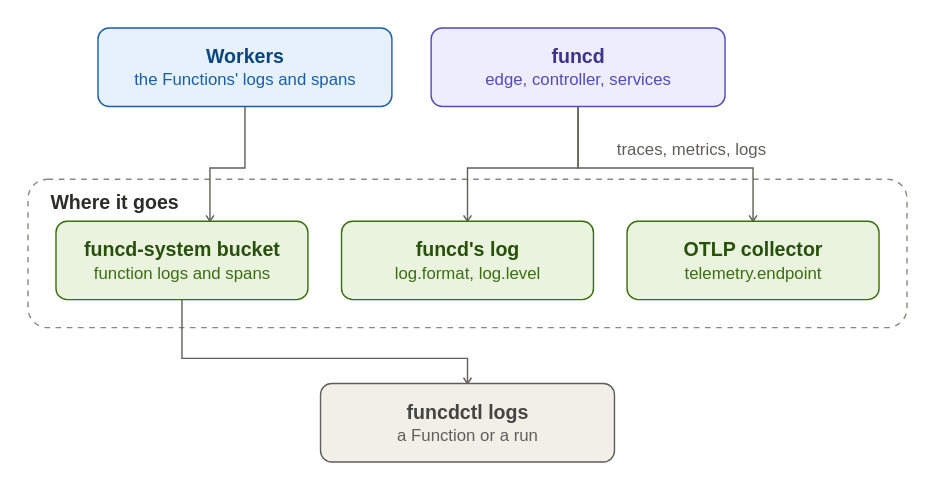
The draw.io diagram docs/guide/assets/observability.drawio.svg in pyvvo/funcd, before a commit. Source tidied: cells renumbered, new cells last; positions are measured from the earlier drawing's top-left corner, leaving out a move shared by most shapes. Source of this version:
```xml
<mxGraphModel>
  <root>
    <mxCell id="0" />
    <mxCell id="1" parent="0" />
    <mxCell id="2" value="&lt;b&gt;Workers&lt;/b&gt;&lt;br&gt;&lt;font style=&quot;font-size:12px&quot; color=&quot;#185FA5&quot;&gt;the Functions&amp;#x27; logs and spans&lt;/font&gt;" style="rounded=1;absoluteArcSize=1;arcSize=16;whiteSpace=wrap;html=1;fillColor=#E6F1FB;strokeColor=#185FA5;fontColor=#0C447C;fontSize=14;" parent="1" vertex="1">
      <mxGeometry x="50" width="210" height="56" as="geometry" />
    </mxCell>
    <mxCell id="3" value="&lt;b&gt;funcd&lt;/b&gt;&lt;br&gt;&lt;font style=&quot;font-size:12px&quot; color=&quot;#534AB7&quot;&gt;edge, controller, services&lt;/font&gt;" style="rounded=1;absoluteArcSize=1;arcSize=16;whiteSpace=wrap;html=1;fillColor=#EEEDFE;strokeColor=#534AB7;fontColor=#3C3489;fontSize=14;" parent="1" vertex="1">
      <mxGeometry x="288" width="210" height="56" as="geometry" />
    </mxCell>
    <mxCell id="4" value="Where it goes" style="rounded=1;absoluteArcSize=1;arcSize=28;dashed=1;fillColor=none;strokeColor=#888780;fontStyle=1;fontSize=14;fontColor=#2C2C2A;align=left;verticalAlign=top;spacingLeft=10;spacingTop=2;html=1;" parent="1" vertex="1">
      <mxGeometry y="108" width="628" height="106" as="geometry" />
    </mxCell>
    <mxCell id="5" value="&lt;b&gt;funcd-system bucket&lt;/b&gt;&lt;br&gt;&lt;font style=&quot;font-size:12px&quot; color=&quot;#3B6D11&quot;&gt;function logs and spans&lt;/font&gt;" style="rounded=1;absoluteArcSize=1;arcSize=16;whiteSpace=wrap;html=1;fillColor=#EAF3DE;strokeColor=#3B6D11;fontColor=#27500A;fontSize=14;" parent="4" vertex="1">
      <mxGeometry x="20" y="30" width="180" height="56" as="geometry" />
    </mxCell>
    <mxCell id="6" value="&lt;b&gt;funcd&amp;#x27;s log&lt;/b&gt;&lt;br&gt;&lt;font style=&quot;font-size:12px&quot; color=&quot;#3B6D11&quot;&gt;log.format, log.level&lt;/font&gt;" style="rounded=1;absoluteArcSize=1;arcSize=16;whiteSpace=wrap;html=1;fillColor=#EAF3DE;strokeColor=#3B6D11;fontColor=#27500A;fontSize=14;" parent="4" vertex="1">
      <mxGeometry x="224" y="30" width="180" height="56" as="geometry" />
    </mxCell>
    <mxCell id="7" value="&lt;b&gt;OTLP collector&lt;/b&gt;&lt;br&gt;&lt;font style=&quot;font-size:12px&quot; color=&quot;#3B6D11&quot;&gt;telemetry.endpoint&lt;/font&gt;" style="rounded=1;absoluteArcSize=1;arcSize=16;whiteSpace=wrap;html=1;fillColor=#EAF3DE;strokeColor=#3B6D11;fontColor=#27500A;fontSize=14;" parent="4" vertex="1">
      <mxGeometry x="428" y="30" width="180" height="56" as="geometry" />
    </mxCell>
    <mxCell id="8" value="&lt;b&gt;funcdctl logs&lt;/b&gt;&lt;br&gt;&lt;font style=&quot;font-size:12px&quot; color=&quot;#5F5E5A&quot;&gt;a Function or a run&lt;/font&gt;" style="rounded=1;absoluteArcSize=1;arcSize=16;whiteSpace=wrap;html=1;fillColor=#F1EFE8;strokeColor=#5F5E5A;fontColor=#444441;fontSize=14;" parent="1" vertex="1">
      <mxGeometry x="209" y="254" width="210" height="56" as="geometry" />
    </mxCell>
    <mxCell id="9" style="edgeStyle=orthogonalEdgeStyle;rounded=0;html=1;jettySize=auto;strokeColor=#5F5E5A;fontColor=#5F5E5A;fontSize=12;labelBackgroundColor=#FFFFFF;endSize=7;endArrow=open;endFill=0;exitX=0.5;exitY=1;exitDx=0;exitDy=0;exitPerimeter=0;entryX=0.611;entryY=0;entryDx=0;entryDy=0;entryPerimeter=0;" parent="1" edge="1" source="2" target="5">
      <mxGeometry relative="1" as="geometry">
        <Array as="points">
          <mxPoint x="155" y="100" />
          <mxPoint x="130" y="100" />
        </Array>
      </mxGeometry>
    </mxCell>
    <mxCell id="10" style="edgeStyle=orthogonalEdgeStyle;rounded=0;html=1;jettySize=auto;strokeColor=#5F5E5A;fontColor=#5F5E5A;fontSize=12;labelBackgroundColor=#FFFFFF;endSize=7;endArrow=open;endFill=0;exitX=0.5;exitY=1;exitDx=0;exitDy=0;exitPerimeter=0;entryX=0.5;entryY=0;entryDx=0;entryDy=0;entryPerimeter=0;" parent="1" edge="1" source="5" target="8">
      <mxGeometry relative="1" as="geometry">
        <Array as="points">
          <mxPoint x="110" y="236" />
          <mxPoint x="314" y="236" />
        </Array>
      </mxGeometry>
    </mxCell>
    <mxCell id="11" style="edgeStyle=orthogonalEdgeStyle;rounded=0;html=1;jettySize=auto;strokeColor=#5F5E5A;fontColor=#5F5E5A;fontSize=12;labelBackgroundColor=#FFFFFF;endSize=7;endArrow=open;endFill=0;exitX=0.5;exitY=1;exitDx=0;exitDy=0;exitPerimeter=0;entryX=0.5;entryY=0;entryDx=0;entryDy=0;entryPerimeter=0;" parent="1" edge="1" source="3" target="6">
      <mxGeometry relative="1" as="geometry">
        <Array as="points">
          <mxPoint x="393" y="100" />
          <mxPoint x="314" y="100" />
        </Array>
      </mxGeometry>
    </mxCell>
    <mxCell id="12" value="traces, metrics, logs" style="edgeStyle=orthogonalEdgeStyle;rounded=0;html=1;jettySize=auto;strokeColor=#5F5E5A;fontColor=#5F5E5A;fontSize=12;labelBackgroundColor=#FFFFFF;endSize=7;endArrow=open;endFill=0;exitX=0.5;exitY=1;exitDx=0;exitDy=0;exitPerimeter=0;entryX=0.5;entryY=0;entryDx=0;entryDy=0;entryPerimeter=0;" parent="1" edge="1" source="3" target="7">
      <mxGeometry x="0.15" relative="1" as="geometry">
        <Array as="points">
          <mxPoint x="393" y="100" />
          <mxPoint x="518" y="100" />
        </Array>
        <mxPoint x="6" y="-13" as="offset" />
      </mxGeometry>
    </mxCell>
  </root>
</mxGraphModel>
```
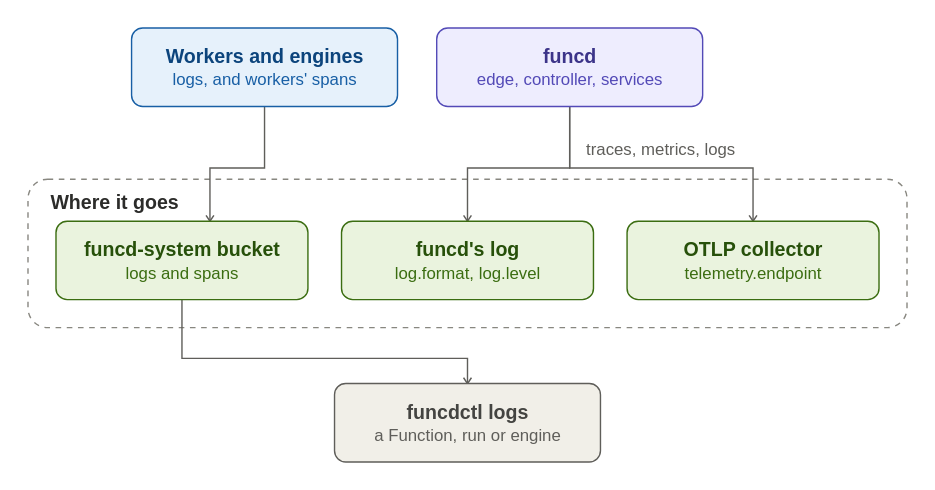
The same diagram one commit later.

What changed in the source:
```diff
@@ -2,16 +2,16 @@
   <root>
     <mxCell id="0" />
     <mxCell id="1" parent="0" />
-    <mxCell id="2" value="&lt;b&gt;Workers&lt;/b&gt;&lt;br&gt;&lt;font style=&quot;font-size:12px&quot; color=&quot;#185FA5&quot;&gt;the Functions&amp;#x27; logs and spans&lt;/font&gt;" style="rounded=1;absoluteArcSize=1;arcSize=16;whiteSpace=wrap;html=1;fillColor=#E6F1FB;strokeColor=#185FA5;fontColor=#0C447C;fontSize=14;" parent="1" vertex="1">
-      <mxGeometry x="50" width="210" height="56" as="geometry" />
+    <mxCell id="2" value="&lt;b&gt;Workers and engines&lt;/b&gt;&lt;br&gt;&lt;font style=&quot;font-size:12px&quot; color=&quot;#185FA5&quot;&gt;logs, and workers&amp;#x27; spans&lt;/font&gt;" style="rounded=1;absoluteArcSize=1;arcSize=16;whiteSpace=wrap;html=1;fillColor=#E6F1FB;strokeColor=#185FA5;fontColor=#0C447C;fontSize=14;" parent="1" vertex="1">
+      <mxGeometry x="74" width="190" height="56" as="geometry" />
     </mxCell>
     <mxCell id="3" value="&lt;b&gt;funcd&lt;/b&gt;&lt;br&gt;&lt;font style=&quot;font-size:12px&quot; color=&quot;#534AB7&quot;&gt;edge, controller, services&lt;/font&gt;" style="rounded=1;absoluteArcSize=1;arcSize=16;whiteSpace=wrap;html=1;fillColor=#EEEDFE;strokeColor=#534AB7;fontColor=#3C3489;fontSize=14;" parent="1" vertex="1">
-      <mxGeometry x="288" width="210" height="56" as="geometry" />
+      <mxGeometry x="292" width="190" height="56" as="geometry" />
     </mxCell>
     <mxCell id="4" value="Where it goes" style="rounded=1;absoluteArcSize=1;arcSize=28;dashed=1;fillColor=none;strokeColor=#888780;fontStyle=1;fontSize=14;fontColor=#2C2C2A;align=left;verticalAlign=top;spacingLeft=10;spacingTop=2;html=1;" parent="1" vertex="1">
       <mxGeometry y="108" width="628" height="106" as="geometry" />
     </mxCell>
-    <mxCell id="5" value="&lt;b&gt;funcd-system bucket&lt;/b&gt;&lt;br&gt;&lt;font style=&quot;font-size:12px&quot; color=&quot;#3B6D11&quot;&gt;function logs and spans&lt;/font&gt;" style="rounded=1;absoluteArcSize=1;arcSize=16;whiteSpace=wrap;html=1;fillColor=#EAF3DE;strokeColor=#3B6D11;fontColor=#27500A;fontSize=14;" parent="4" vertex="1">
+    <mxCell id="5" value="&lt;b&gt;funcd-system bucket&lt;/b&gt;&lt;br&gt;&lt;font style=&quot;font-size:12px&quot; color=&quot;#3B6D11&quot;&gt;logs and spans&lt;/font&gt;" style="rounded=1;absoluteArcSize=1;arcSize=16;whiteSpace=wrap;html=1;fillColor=#EAF3DE;strokeColor=#3B6D11;fontColor=#27500A;fontSize=14;" parent="4" vertex="1">
       <mxGeometry x="20" y="30" width="180" height="56" as="geometry" />
     </mxCell>
     <mxCell id="6" value="&lt;b&gt;funcd&amp;#x27;s log&lt;/b&gt;&lt;br&gt;&lt;font style=&quot;font-size:12px&quot; color=&quot;#3B6D11&quot;&gt;log.format, log.level&lt;/font&gt;" style="rounded=1;absoluteArcSize=1;arcSize=16;whiteSpace=wrap;html=1;fillColor=#EAF3DE;strokeColor=#3B6D11;fontColor=#27500A;fontSize=14;" parent="4" vertex="1">
@@ -20,13 +20,13 @@
     <mxCell id="7" value="&lt;b&gt;OTLP collector&lt;/b&gt;&lt;br&gt;&lt;font style=&quot;font-size:12px&quot; color=&quot;#3B6D11&quot;&gt;telemetry.endpoint&lt;/font&gt;" style="rounded=1;absoluteArcSize=1;arcSize=16;whiteSpace=wrap;html=1;fillColor=#EAF3DE;strokeColor=#3B6D11;fontColor=#27500A;fontSize=14;" parent="4" vertex="1">
       <mxGeometry x="428" y="30" width="180" height="56" as="geometry" />
     </mxCell>
-    <mxCell id="8" value="&lt;b&gt;funcdctl logs&lt;/b&gt;&lt;br&gt;&lt;font style=&quot;font-size:12px&quot; color=&quot;#5F5E5A&quot;&gt;a Function or a run&lt;/font&gt;" style="rounded=1;absoluteArcSize=1;arcSize=16;whiteSpace=wrap;html=1;fillColor=#F1EFE8;strokeColor=#5F5E5A;fontColor=#444441;fontSize=14;" parent="1" vertex="1">
-      <mxGeometry x="209" y="254" width="210" height="56" as="geometry" />
+    <mxCell id="8" value="&lt;b&gt;funcdctl logs&lt;/b&gt;&lt;br&gt;&lt;font style=&quot;font-size:12px&quot; color=&quot;#5F5E5A&quot;&gt;a Function, run or engine&lt;/font&gt;" style="rounded=1;absoluteArcSize=1;arcSize=16;whiteSpace=wrap;html=1;fillColor=#F1EFE8;strokeColor=#5F5E5A;fontColor=#444441;fontSize=14;" parent="1" vertex="1">
+      <mxGeometry x="219" y="254" width="190" height="56" as="geometry" />
     </mxCell>
     <mxCell id="9" style="edgeStyle=orthogonalEdgeStyle;rounded=0;html=1;jettySize=auto;strokeColor=#5F5E5A;fontColor=#5F5E5A;fontSize=12;labelBackgroundColor=#FFFFFF;endSize=7;endArrow=open;endFill=0;exitX=0.5;exitY=1;exitDx=0;exitDy=0;exitPerimeter=0;entryX=0.611;entryY=0;entryDx=0;entryDy=0;entryPerimeter=0;" parent="1" edge="1" source="2" target="5">
       <mxGeometry relative="1" as="geometry">
         <Array as="points">
-          <mxPoint x="155" y="100" />
+          <mxPoint x="169" y="100" />
           <mxPoint x="130" y="100" />
         </Array>
       </mxGeometry>
@@ -42,18 +42,18 @@
     <mxCell id="11" style="edgeStyle=orthogonalEdgeStyle;rounded=0;html=1;jettySize=auto;strokeColor=#5F5E5A;fontColor=#5F5E5A;fontSize=12;labelBackgroundColor=#FFFFFF;endSize=7;endArrow=open;endFill=0;exitX=0.5;exitY=1;exitDx=0;exitDy=0;exitPerimeter=0;entryX=0.5;entryY=0;entryDx=0;entryDy=0;entryPerimeter=0;" parent="1" edge="1" source="3" target="6">
       <mxGeometry relative="1" as="geometry">
         <Array as="points">
-          <mxPoint x="393" y="100" />
+          <mxPoint x="387" y="100" />
           <mxPoint x="314" y="100" />
         </Array>
       </mxGeometry>
     </mxCell>
     <mxCell id="12" value="traces, metrics, logs" style="edgeStyle=orthogonalEdgeStyle;rounded=0;html=1;jettySize=auto;strokeColor=#5F5E5A;fontColor=#5F5E5A;fontSize=12;labelBackgroundColor=#FFFFFF;endSize=7;endArrow=open;endFill=0;exitX=0.5;exitY=1;exitDx=0;exitDy=0;exitPerimeter=0;entryX=0.5;entryY=0;entryDx=0;entryDy=0;entryPerimeter=0;" parent="1" edge="1" source="3" target="7">
-      <mxGeometry x="0.15" relative="1" as="geometry">
+      <mxGeometry x="0.03" relative="1" as="geometry">
         <Array as="points">
-          <mxPoint x="393" y="100" />
+          <mxPoint x="387" y="100" />
           <mxPoint x="518" y="100" />
         </Array>
-        <mxPoint x="6" y="-13" as="offset" />
+        <mxPoint y="-13" as="offset" />
       </mxGeometry>
     </mxCell>
   </root>
```
